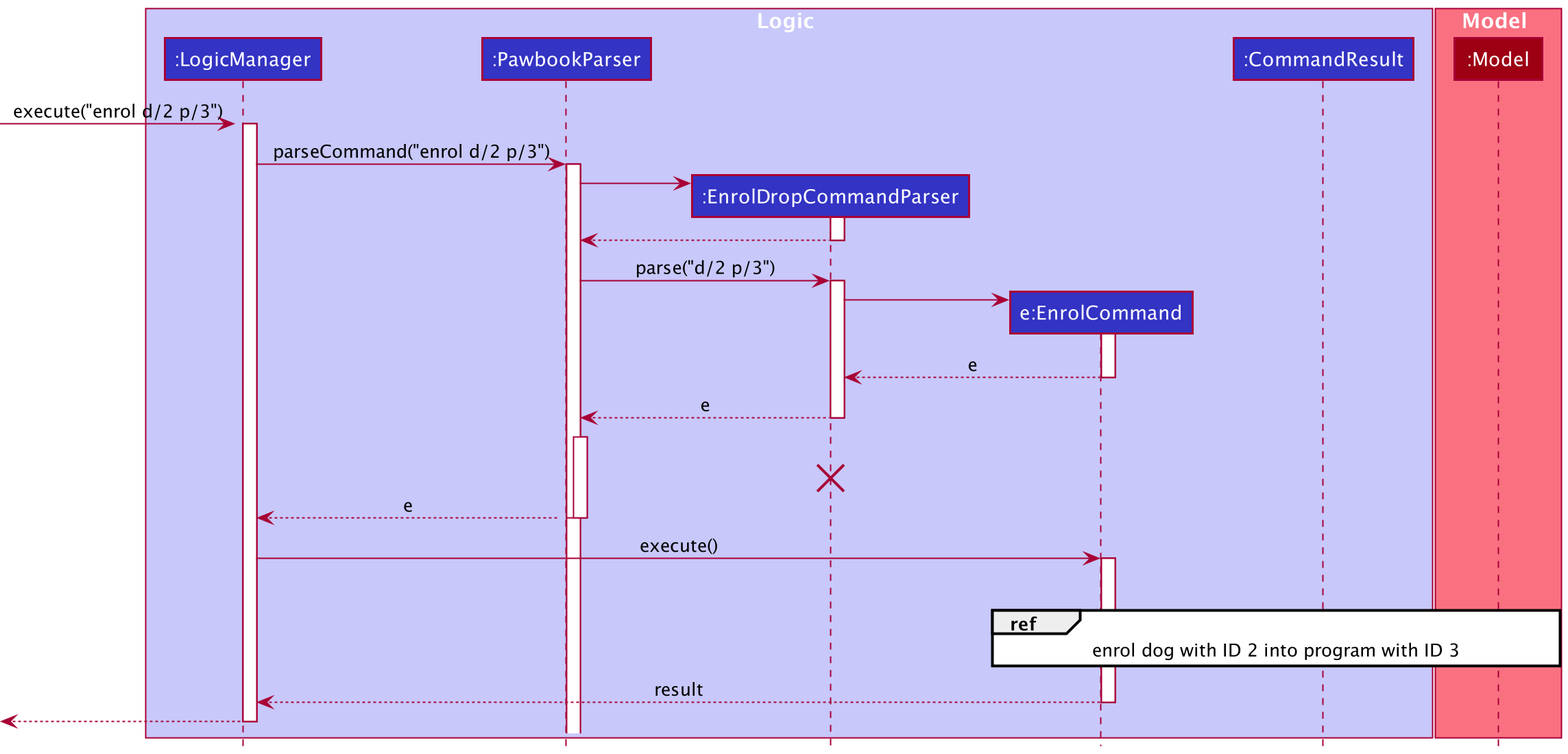
Above: docs/images/EnrolSequenceDiagram.png in nus-cs2103-AY2021S2/tp (PlantUML), before the change.
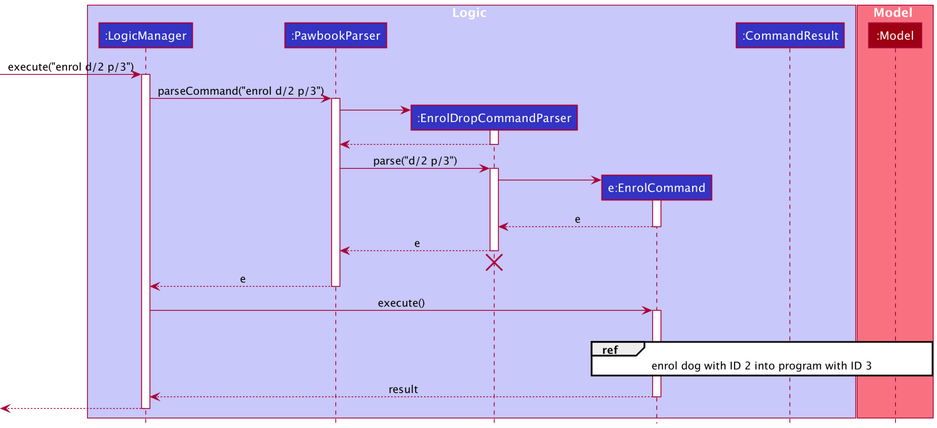
The same diagram one commit later.

Commit message:
Update drop and enrol seq diagrams

The edit, as a diff of the source:
```diff
@@ -1,7 +1,5 @@
 @startuml
 !include style.puml
-
-autoactivate on
 
 box Logic LOGIC_COLOR_T1
 participant ":LogicManager" as LogicManager LOGIC_COLOR
```
